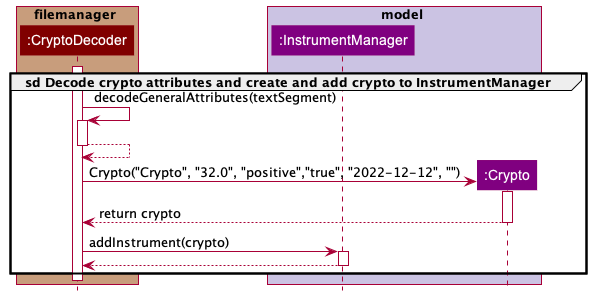
Above: docs/images/FileManagerRefDiagCryptoDecoder.png in williamlamjy/mTracker (PlantUML), before the change.
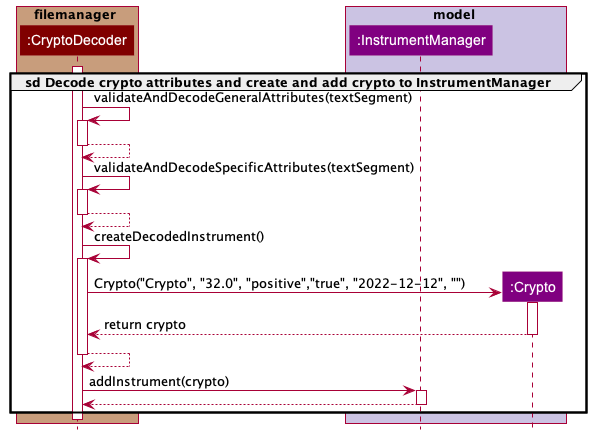
After the commit.

Commit message:
edited according to storage changes

Change to the diagram source:
```diff
@@ -14,20 +14,27 @@
 
 activate CryptoDecoder
 
-CryptoDecoder-> CryptoDecoder: decodeGeneralAttributes(textSegment)
+CryptoDecoder-> CryptoDecoder: validateAndDecodeGeneralAttributes(textSegment)
 activate CryptoDecoder
 CryptoDecoder--> CryptoDecoder
 deactivate CryptoDecoder
 
+CryptoDecoder-> CryptoDecoder: validateAndDecodeSpecificAttributes(textSegment)
+activate CryptoDecoder
+CryptoDecoder--> CryptoDecoder
+deactivate CryptoDecoder
+
+CryptoDecoder-> CryptoDecoder: createDecodedInstrument()
+activate CryptoDecoder
+
 create Crypto
 CryptoDecoder-> Crypto: Crypto("Crypto", "32.0", "positive","true", "2022-12-12", "")
 activate Crypto
-
-
 Crypto--> CryptoDecoder: return crypto
 deactivate Crypto
 
-
+CryptoDecoder--> CryptoDecoder
+deactivate CryptoDecoder
 
 CryptoDecoder-> InstrumentManager: addInstrument(crypto)
 activate InstrumentManager
```
